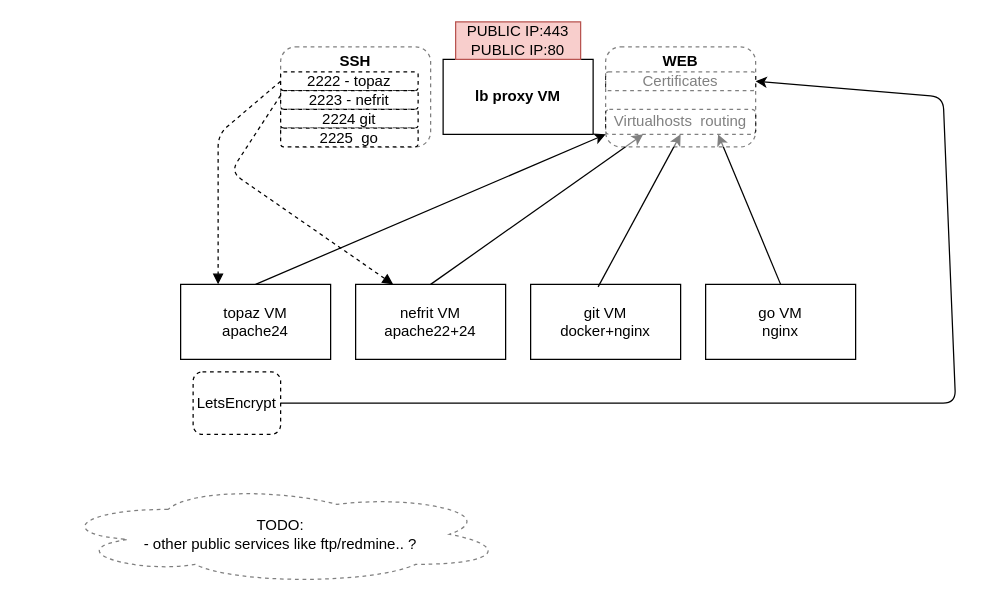
Above: lb-draft.drawio in maniac0r/audio (draw.io), before the change. Source tidied: cells renumbered, new cells numbered last; positions are measured from the earlier drawing's top-left corner, leaving out a move shared by most shapes. Both pictures are drawn from the tidied source at 125%, with x=0, y=0 at pixel (55, 21).
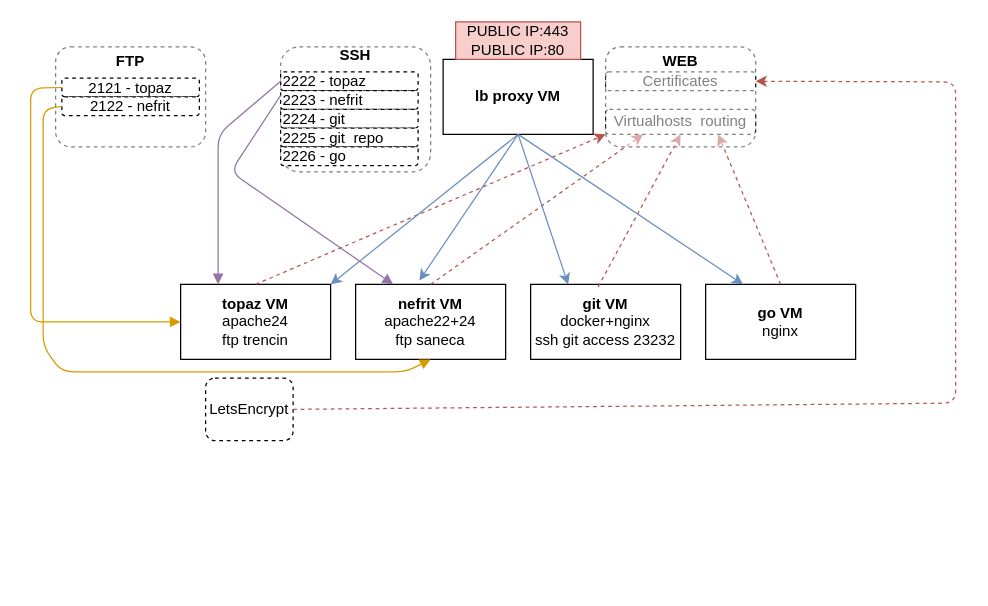
After the change.

Unchanged cells that the change refers to:
```xml
<mxCell id="6" value="&lt;b&gt;lb proxy VM&lt;/b&gt;" style="rounded=0;whiteSpace=wrap;html=1;" parent="1" vertex="1">
  <mxGeometry x="310" y="30" width="120" height="60" as="geometry" />
</mxCell>
<mxCell id="8" value="Certificates" style="rounded=1;whiteSpace=wrap;html=1;dashed=1;" parent="1" vertex="1">
  <mxGeometry x="440" y="40" width="120" height="15" as="geometry" />
</mxCell>
<mxCell id="11" value="Virtualhosts &amp;nbsp;routing" style="rounded=1;whiteSpace=wrap;html=1;dashed=1;" parent="1" vertex="1">
  <mxGeometry x="440" y="70" width="120" height="20" as="geometry" />
</mxCell>
```

Change to the diagram source:
```diff
@@
-    <mxCell id="2" value="topaz VM&lt;br&gt;apache24" style="rounded=0;whiteSpace=wrap;html=1;" parent="1" vertex="1">
+    <mxCell id="2" value="&lt;b&gt;topaz VM&lt;br&gt;&lt;div style=&quot;text-align: right&quot;&gt;&lt;span style=&quot;font-weight: normal&quot;&gt;apache24&lt;/span&gt;&lt;/div&gt;&lt;/b&gt;&lt;div&gt;&lt;div style=&quot;text-align: right&quot;&gt;ftp trencin&lt;/div&gt;&lt;/div&gt;" style="rounded=0;whiteSpace=wrap;html=1;" parent="1" vertex="1">
       <mxGeometry x="100" y="210" width="120" height="60" as="geometry" />
     </mxCell>
-    <mxCell id="3" value="nefrit VM&lt;br&gt;apache22+24" style="rounded=0;whiteSpace=wrap;html=1;" parent="1" vertex="1">
+    <mxCell id="3" value="&lt;b&gt;nefrit VM&lt;br&gt;&lt;/b&gt;apache22+24&lt;br&gt;ftp saneca" style="rounded=0;whiteSpace=wrap;html=1;" parent="1" vertex="1">
       <mxGeometry x="240" y="210" width="120" height="60" as="geometry" />
     </mxCell>
-    <mxCell id="4" value="git VM&lt;br&gt;docker+nginx" style="rounded=0;whiteSpace=wrap;html=1;" parent="1" vertex="1">
+    <mxCell id="4" value="&lt;b&gt;git VM&lt;br&gt;&lt;/b&gt;docker+nginx&lt;br&gt;ssh git access&amp;nbsp;23232" style="rounded=0;whiteSpace=wrap;html=1;" parent="1" vertex="1">
       <mxGeometry x="380" y="210" width="120" height="60" as="geometry" />
     </mxCell>
-    <mxCell id="5" value="go VM&lt;br&gt;nginx" style="rounded=0;whiteSpace=wrap;html=1;" parent="1" vertex="1">
+    <mxCell id="5" value="&lt;b&gt;go VM&lt;br&gt;&lt;/b&gt;nginx&lt;br&gt;" style="rounded=0;whiteSpace=wrap;html=1;" parent="1" vertex="1">
       <mxGeometry x="520" y="210" width="120" height="60" as="geometry" />
     </mxCell>
@@
     <mxCell id="9" value="LetsEncrypt" style="rounded=1;whiteSpace=wrap;html=1;dashed=1;" parent="1" vertex="1">
-      <mxGeometry x="110" y="280" width="70" height="50" as="geometry" />
+      <mxGeometry x="120" y="285" width="70" height="50" as="geometry" />
     </mxCell>
-    <mxCell id="10" style="endArrow=classic;html=1;entryX=1;entryY=0.5;entryDx=0;entryDy=0;" parent="1" edge="1" target="8">
+    <mxCell id="10" style="endArrow=classic;html=1;entryX=1;entryY=0.5;entryDx=0;entryDy=0;exitX=1;exitY=0.5;exitDx=0;exitDy=0;fillColor=#f8cecc;strokeColor=#b85450;dashed=1;" parent="1" edge="1" source="9" target="8">
       <mxGeometry relative="1" as="geometry">
-        <mxPoint x="180" y="305" as="sourcePoint" />
         <Array as="points">
           <mxPoint x="720" y="305" />
-          <mxPoint x="710" y="60" />
+          <mxPoint x="720" y="48" />
         </Array>
       </mxGeometry>
     </mxCell>
@@
-    <mxCell id="12" style="endArrow=classic;html=1;entryX=0;entryY=1;entryDx=0;entryDy=0;exitX=0.5;exitY=0;exitDx=0;exitDy=0;" parent="1" edge="1" source="2" target="11">
+    <mxCell id="12" style="endArrow=classic;html=1;entryX=0;entryY=1;entryDx=0;entryDy=0;exitX=0.5;exitY=0;exitDx=0;exitDy=0;fillColor=#f8cecc;strokeColor=#b85450;dashed=1;" parent="1" edge="1" source="2" target="11">
       <mxGeometry relative="1" as="geometry" />
     </mxCell>
-    <mxCell id="13" style="endArrow=classic;html=1;entryX=0.25;entryY=1;entryDx=0;entryDy=0;exitX=0.5;exitY=0;exitDx=0;exitDy=0;" parent="1" edge="1" source="3" target="11">
+    <mxCell id="13" style="endArrow=classic;html=1;entryX=0.25;entryY=1;entryDx=0;entryDy=0;exitX=0.5;exitY=0;exitDx=0;exitDy=0;fillColor=#f8cecc;strokeColor=#b85450;dashed=1;" parent="1" edge="1" source="3" target="11">
       <mxGeometry relative="1" as="geometry" />
     </mxCell>
-    <mxCell id="14" style="endArrow=classic;html=1;entryX=0.5;entryY=1;entryDx=0;entryDy=0;exitX=0.45;exitY=0.033;exitDx=0;exitDy=0;exitPerimeter=0;" parent="1" edge="1" source="4" target="11">
+    <mxCell id="14" style="endArrow=classic;html=1;entryX=0.5;entryY=1;entryDx=0;entryDy=0;exitX=0.45;exitY=0.033;exitDx=0;exitDy=0;exitPerimeter=0;fillColor=#f8cecc;strokeColor=#b85450;dashed=1;" parent="1" edge="1" source="4" target="11">
       <mxGeometry relative="1" as="geometry" />
     </mxCell>
-    <mxCell id="15" style="endArrow=classic;html=1;entryX=0.75;entryY=1;entryDx=0;entryDy=0;exitX=0.5;exitY=0;exitDx=0;exitDy=0;" parent="1" edge="1" source="5" target="11">
+    <mxCell id="15" style="endArrow=classic;html=1;entryX=0.75;entryY=1;entryDx=0;entryDy=0;exitX=0.5;exitY=0;exitDx=0;exitDy=0;fillColor=#f8cecc;strokeColor=#b85450;dashed=1;" parent="1" edge="1" source="5" target="11">
       <mxGeometry relative="1" as="geometry" />
     </mxCell>
@@
-    <mxCell id="17" value="&lt;b&gt;SSH&lt;br&gt;&lt;br&gt;&lt;br&gt;&lt;br&gt;&lt;br&gt;&lt;/b&gt;" style="rounded=1;whiteSpace=wrap;html=1;dashed=1;opacity=50;" parent="1" vertex="1">
-      <mxGeometry x="180" y="20" width="120" height="80" as="geometry" />
+    <mxCell id="17" value="&lt;b&gt;SSH&lt;br&gt;&lt;br&gt;&lt;br&gt;&lt;br&gt;&lt;br&gt;&lt;br&gt;&lt;br&gt;&lt;/b&gt;" style="rounded=1;whiteSpace=wrap;html=1;dashed=1;opacity=50;" parent="1" vertex="1">
+      <mxGeometry x="180" y="20" width="120" height="100" as="geometry" />
     </mxCell>
-    <mxCell id="18" value="2222 - topaz" style="rounded=1;whiteSpace=wrap;html=1;dashed=1;" parent="1" vertex="1">
+    <mxCell id="18" value="2222 - topaz" style="rounded=1;whiteSpace=wrap;html=1;dashed=1;align=left;" parent="1" vertex="1">
       <mxGeometry x="180" y="40" width="110" height="15" as="geometry" />
     </mxCell>
-    <mxCell id="19" value="2223 - nefrit" style="rounded=1;whiteSpace=wrap;html=1;dashed=1;" parent="1" vertex="1">
+    <mxCell id="19" value="2223 - nefrit" style="rounded=1;whiteSpace=wrap;html=1;dashed=1;align=left;" parent="1" vertex="1">
       <mxGeometry x="180" y="55" width="110" height="15" as="geometry" />
     </mxCell>
-    <mxCell id="20" value="2224 git" style="rounded=1;whiteSpace=wrap;html=1;dashed=1;" parent="1" vertex="1">
+    <mxCell id="20" value="2224 - git" style="rounded=1;whiteSpace=wrap;html=1;dashed=1;align=left;" parent="1" vertex="1">
       <mxGeometry x="180" y="70" width="110" height="15" as="geometry" />
     </mxCell>
-    <mxCell id="21" value="2225 &amp;nbsp;go" style="rounded=1;whiteSpace=wrap;html=1;dashed=1;" parent="1" vertex="1">
+    <mxCell id="21" value="2225 - git &amp;nbsp;repo" style="rounded=1;whiteSpace=wrap;html=1;dashed=1;align=left;" parent="1" vertex="1">
       <mxGeometry x="180" y="85" width="110" height="15" as="geometry" />
     </mxCell>
-    <mxCell id="22" style="endArrow=block;html=1;exitX=0;exitY=0.5;exitDx=0;exitDy=0;entryX=0.25;entryY=0;entryDx=0;entryDy=0;endFill=1;dashed=1;" parent="1" edge="1" source="18" target="2">
+    <mxCell id="22" style="endArrow=block;html=1;exitX=0;exitY=0.5;exitDx=0;exitDy=0;entryX=0.25;entryY=0;entryDx=0;entryDy=0;endFill=1;fillColor=#e1d5e7;strokeColor=#9673a6;" parent="1" edge="1" source="18" target="2">
       <mxGeometry relative="1" as="geometry">
         <Array as="points">
           <mxPoint x="130" y="90" />
         </Array>
       </mxGeometry>
     </mxCell>
-    <mxCell id="23" style="endArrow=block;html=1;exitX=0;exitY=0.25;exitDx=0;exitDy=0;entryX=0.25;entryY=0;entryDx=0;entryDy=0;endFill=1;dashed=1;" parent="1" edge="1" source="19" target="3">
+    <mxCell id="23" style="endArrow=block;html=1;exitX=0;exitY=0.25;exitDx=0;exitDy=0;entryX=0.25;entryY=0;entryDx=0;entryDy=0;endFill=1;fillColor=#e1d5e7;strokeColor=#9673a6;" parent="1" edge="1" source="19" target="3">
       <mxGeometry relative="1" as="geometry">
         <Array as="points">
           <mxPoint x="140" y="120" />
         </Array>
       </mxGeometry>
     </mxCell>
-    <mxCell id="24" value="TODO:&lt;br&gt;- other public services like ftp/redmine.. ?" style="ellipse;shape=cloud;whiteSpace=wrap;html=1;dashed=1;opacity=50;" parent="1" vertex="1">
-      <mxGeometry y="370" width="360" height="80" as="geometry" />
-    </mxCell>
+    <mxCell id="25" value="&lt;b&gt;FTP&lt;br&gt;&lt;br&gt;&lt;br&gt;&lt;br&gt;&lt;br&gt;&lt;/b&gt;" style="rounded=1;whiteSpace=wrap;html=1;dashed=1;opacity=50;" parent="1" vertex="1">
+      <mxGeometry y="20" width="120" height="80" as="geometry" />
+    </mxCell>
+    <mxCell id="26" value="2121 - topaz" style="rounded=1;whiteSpace=wrap;html=1;dashed=1;" parent="1" vertex="1">
+      <mxGeometry x="5" y="45" width="110" height="15" as="geometry" />
+    </mxCell>
+    <mxCell id="27" value="2122 - nefrit" style="rounded=1;whiteSpace=wrap;html=1;dashed=1;" parent="1" vertex="1">
+      <mxGeometry x="5" y="60" width="110" height="15" as="geometry" />
+    </mxCell>
+    <mxCell id="28" style="endArrow=block;html=1;exitX=0;exitY=0.5;exitDx=0;exitDy=0;entryX=0;entryY=0.5;entryDx=0;entryDy=0;endFill=1;fillColor=#ffe6cc;strokeColor=#d79b00;" parent="1" edge="1" source="26" target="2">
+      <mxGeometry relative="1" as="geometry">
+        <Array as="points">
+          <mxPoint x="-20" y="53" />
+          <mxPoint x="-20" y="240" />
+        </Array>
+      </mxGeometry>
+    </mxCell>
+    <mxCell id="29" style="endArrow=block;html=1;exitX=0;exitY=0.5;exitDx=0;exitDy=0;entryX=0.5;entryY=1;entryDx=0;entryDy=0;endFill=1;fillColor=#ffe6cc;strokeColor=#d79b00;" parent="1" edge="1" source="27" target="3">
+      <mxGeometry relative="1" as="geometry">
+        <Array as="points">
+          <mxPoint x="-10" y="70" />
+          <mxPoint x="-10" y="260" />
+          <mxPoint x="5" y="280" />
+          <mxPoint x="280" y="280" />
+        </Array>
+      </mxGeometry>
+    </mxCell>
+    <mxCell id="30" style="endArrow=classic;html=1;entryX=1;entryY=0;entryDx=0;entryDy=0;exitX=0.5;exitY=1;exitDx=0;exitDy=0;fillColor=#dae8fc;strokeColor=#6c8ebf;" parent="1" edge="1" source="6" target="2">
+      <mxGeometry relative="1" as="geometry" />
+    </mxCell>
+    <mxCell id="31" style="endArrow=classic;html=1;entryX=0.425;entryY=-0.05;entryDx=0;entryDy=0;exitX=0.5;exitY=1;exitDx=0;exitDy=0;entryPerimeter=0;fillColor=#dae8fc;strokeColor=#6c8ebf;" parent="1" edge="1" source="6" target="3">
+      <mxGeometry relative="1" as="geometry" />
+    </mxCell>
+    <mxCell id="32" style="endArrow=classic;html=1;entryX=0.25;entryY=0;entryDx=0;entryDy=0;exitX=0.5;exitY=1;exitDx=0;exitDy=0;fillColor=#dae8fc;strokeColor=#6c8ebf;" parent="1" edge="1" source="6" target="4">
+      <mxGeometry relative="1" as="geometry" />
+    </mxCell>
+    <mxCell id="33" style="endArrow=classic;html=1;entryX=0.25;entryY=0;entryDx=0;entryDy=0;exitX=0.5;exitY=1;exitDx=0;exitDy=0;fillColor=#dae8fc;strokeColor=#6c8ebf;" parent="1" edge="1" source="6" target="5">
+      <mxGeometry relative="1" as="geometry" />
+    </mxCell>
+    <mxCell id="34" value="2226 - go" style="rounded=1;whiteSpace=wrap;html=1;dashed=1;align=left;" parent="1" vertex="1">
+      <mxGeometry x="180" y="100" width="110" height="15" as="geometry" />
+    </mxCell>
```
